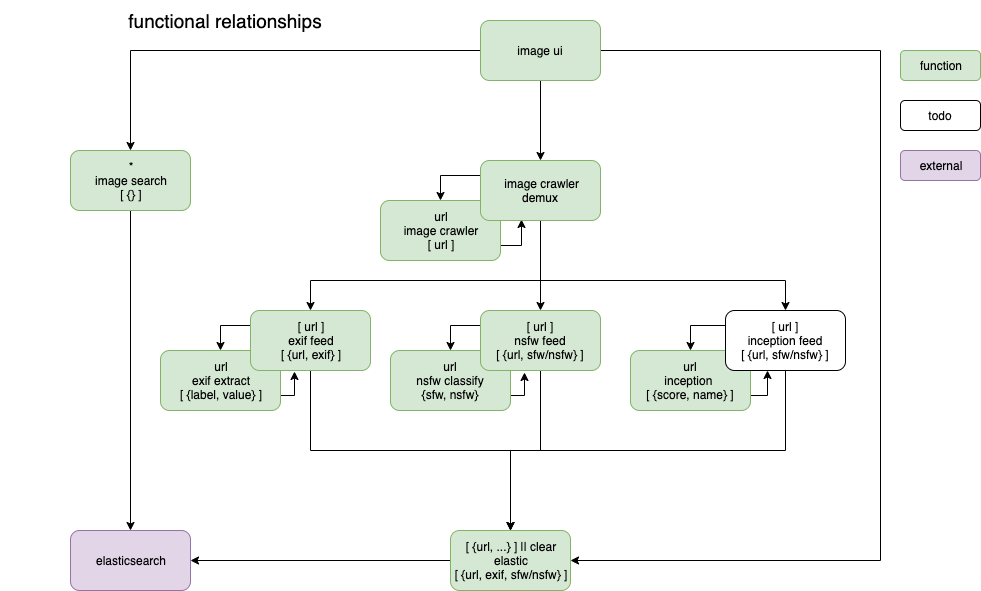
Above: gezellig.png in servernull/gezellig (draw.io), before the change. Source tidied: cells renumbered, new cells last; positions are measured from the earlier drawing's top-left corner, leaving out a move shared by most shapes.
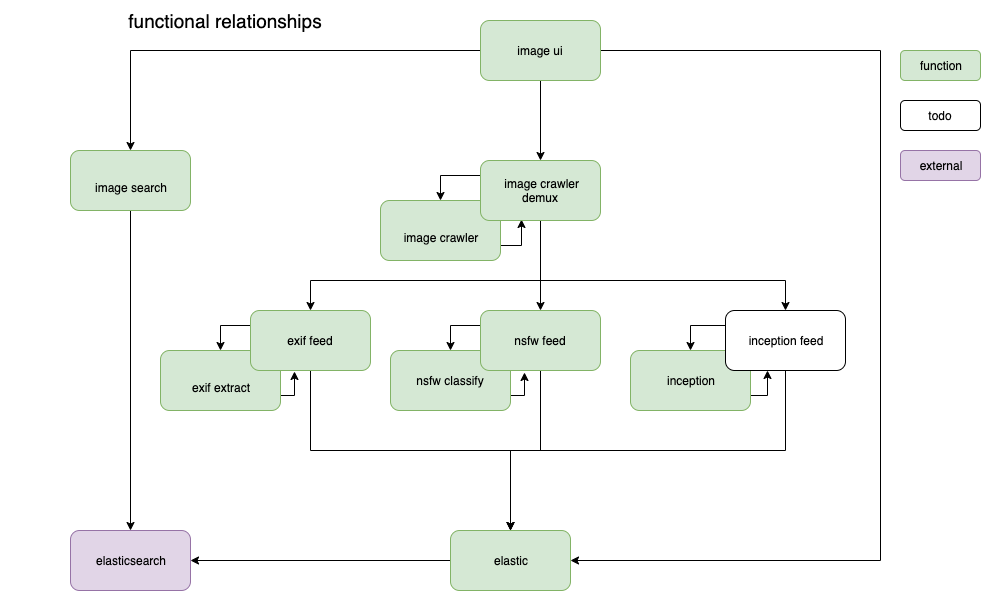
The same diagram one commit later.

What changed in the source:
```diff
@@ -5,13 +5,13 @@
     <mxCell id="2" style="edgeStyle=orthogonalEdgeStyle;rounded=0;jettySize=auto;html=1;exitX=1;exitY=0.75;exitDx=0;exitDy=0;entryX=0.342;entryY=0.983;entryDx=0;entryDy=0;entryPerimeter=0;" parent="1" edge="1" source="3" target="18">
       <mxGeometry relative="1" as="geometry" />
     </mxCell>
-    <mxCell id="3" value="url&lt;br&gt;image crawler&lt;br&gt;[ url ]" style="rounded=1;whiteSpace=wrap;html=1;fillColor=#d5e8d4;strokeColor=#82b366;" parent="1" vertex="1">
+    <mxCell id="3" value="&lt;br&gt;image crawler&lt;br&gt;" style="rounded=1;whiteSpace=wrap;html=1;fillColor=#d5e8d4;strokeColor=#82b366;" parent="1" vertex="1">
       <mxGeometry x="380" y="200" width="120" height="60" as="geometry" />
     </mxCell>
     <mxCell id="4" style="edgeStyle=orthogonalEdgeStyle;rounded=0;jettySize=auto;html=1;entryX=1;entryY=0.5;entryDx=0;entryDy=0;" parent="1" edge="1" source="5" target="7">
       <mxGeometry relative="1" as="geometry" />
     </mxCell>
-    <mxCell id="5" value="[ {url, ...} ] || clear&lt;br&gt;elastic&lt;br&gt;[ {url, exif, sfw/nsfw} ]" style="rounded=1;whiteSpace=wrap;html=1;fillColor=#d5e8d4;strokeColor=#82b366;" parent="1" vertex="1">
+    <mxCell id="5" value="elastic" style="rounded=1;whiteSpace=wrap;html=1;fillColor=#d5e8d4;strokeColor=#82b366;" parent="1" vertex="1">
       <mxGeometry x="450" y="530" width="120" height="60" as="geometry" />
     </mxCell>
     <mxCell id="6" value="&lt;font style=&quot;font-size: 19px&quot;&gt;functional relationships&lt;/font&gt;" style="text;html=1;strokeColor=none;fillColor=none;align=center;verticalAlign=middle;whiteSpace=wrap;rounded=0;" parent="1" vertex="1">
@@ -23,7 +23,7 @@
     <mxCell id="8" style="edgeStyle=orthogonalEdgeStyle;rounded=0;jettySize=auto;html=1;entryX=0.5;entryY=0;entryDx=0;entryDy=0;" parent="1" edge="1" source="9" target="7">
       <mxGeometry relative="1" as="geometry" />
     </mxCell>
-    <mxCell id="9" value="*&lt;br&gt;image search&lt;br&gt;[ {} ]" style="rounded=1;whiteSpace=wrap;html=1;fillColor=#d5e8d4;strokeColor=#82b366;" parent="1" vertex="1">
+    <mxCell id="9" value="&lt;br&gt;image search&lt;br&gt;" style="rounded=1;whiteSpace=wrap;html=1;fillColor=#d5e8d4;strokeColor=#82b366;" parent="1" vertex="1">
       <mxGeometry x="70" y="150" width="120" height="60" as="geometry" />
     </mxCell>
     <mxCell id="10" style="edgeStyle=orthogonalEdgeStyle;rounded=0;jettySize=auto;html=1;entryX=0.5;entryY=0;entryDx=0;entryDy=0;" parent="1" edge="1" source="13" target="9">
@@ -106,34 +106,34 @@
     <mxCell id="27" style="edgeStyle=orthogonalEdgeStyle;rounded=0;jettySize=auto;html=1;exitX=1;exitY=0.75;exitDx=0;exitDy=0;entryX=0.367;entryY=1.017;entryDx=0;entryDy=0;entryPerimeter=0;" parent="1" edge="1" source="28" target="30">
       <mxGeometry relative="1" as="geometry" />
     </mxCell>
-    <mxCell id="28" value="url&lt;br&gt;exif extract&lt;br&gt;[ {label, value} ]" style="rounded=1;whiteSpace=wrap;html=1;fillColor=#d5e8d4;strokeColor=#82b366;" parent="1" vertex="1">
+    <mxCell id="28" value="&lt;br&gt;exif extract&lt;br&gt;" style="rounded=1;whiteSpace=wrap;html=1;fillColor=#d5e8d4;strokeColor=#82b366;" parent="1" vertex="1">
       <mxGeometry x="160" y="350" width="120" height="60" as="geometry" />
     </mxCell>
     <mxCell id="29" style="edgeStyle=orthogonalEdgeStyle;rounded=0;jettySize=auto;html=1;exitX=0;exitY=0.25;exitDx=0;exitDy=0;entryX=0.5;entryY=0;entryDx=0;entryDy=0;" parent="1" edge="1" source="30" target="28">
       <mxGeometry relative="1" as="geometry" />
     </mxCell>
-    <mxCell id="30" value="[ url ]&lt;br&gt;exif feed&lt;br&gt;[ {url, exif} ]" style="rounded=1;whiteSpace=wrap;html=1;fillColor=#d5e8d4;strokeColor=#82b366;" parent="1" vertex="1">
+    <mxCell id="30" value="exif feed" style="rounded=1;whiteSpace=wrap;html=1;fillColor=#d5e8d4;strokeColor=#82b366;" parent="1" vertex="1">
       <mxGeometry x="250" y="310" width="120" height="60" as="geometry" />
     </mxCell>
     <mxCell id="31" style="edgeStyle=orthogonalEdgeStyle;rounded=0;jettySize=auto;html=1;exitX=1;exitY=0.75;exitDx=0;exitDy=0;entryX=0.367;entryY=1.033;entryDx=0;entryDy=0;entryPerimeter=0;" parent="1" edge="1" source="32" target="37">
       <mxGeometry relative="1" as="geometry" />
     </mxCell>
-    <mxCell id="32" value="url&lt;br&gt;nsfw classify&lt;br&gt;{sfw, nsfw}" style="rounded=1;whiteSpace=wrap;html=1;fillColor=#d5e8d4;strokeColor=#82b366;" parent="1" vertex="1">
+    <mxCell id="32" value="nsfw classify" style="rounded=1;whiteSpace=wrap;html=1;fillColor=#d5e8d4;strokeColor=#82b366;" parent="1" vertex="1">
       <mxGeometry x="390" y="350" width="120" height="60" as="geometry" />
     </mxCell>
     <mxCell id="33" style="edgeStyle=orthogonalEdgeStyle;rounded=0;jettySize=auto;html=1;exitX=1;exitY=0.75;exitDx=0;exitDy=0;entryX=0.35;entryY=1;entryDx=0;entryDy=0;entryPerimeter=0;" parent="1" edge="1" source="34" target="36">
       <mxGeometry relative="1" as="geometry" />
     </mxCell>
-    <mxCell id="34" value="url&lt;br&gt;inception &lt;br&gt;[ {score, name} ]" style="rounded=1;whiteSpace=wrap;html=1;fillColor=#d5e8d4;strokeColor=#82b366;" parent="1" vertex="1">
+    <mxCell id="34" value="inception &lt;br&gt;" style="rounded=1;whiteSpace=wrap;html=1;fillColor=#d5e8d4;strokeColor=#82b366;" parent="1" vertex="1">
       <mxGeometry x="630" y="350" width="120" height="60" as="geometry" />
     </mxCell>
     <mxCell id="35" style="edgeStyle=orthogonalEdgeStyle;rounded=0;jettySize=auto;html=1;exitX=0;exitY=0.25;exitDx=0;exitDy=0;entryX=0.5;entryY=0;entryDx=0;entryDy=0;" parent="1" edge="1" source="36" target="34">
       <mxGeometry relative="1" as="geometry" />
     </mxCell>
-    <mxCell id="36" value="[ url ]&lt;br&gt;inception feed&lt;br&gt;[ {url, sfw/nsfw} ]" style="rounded=1;whiteSpace=wrap;html=1;" parent="1" vertex="1">
+    <mxCell id="36" value="inception feed" style="rounded=1;whiteSpace=wrap;html=1;" parent="1" vertex="1">
       <mxGeometry x="725" y="310" width="120" height="60" as="geometry" />
     </mxCell>
-    <mxCell id="37" value="[ url ]&lt;br&gt;nsfw feed&lt;br&gt;[ {url, sfw/nsfw} ]" style="rounded=1;whiteSpace=wrap;html=1;fillColor=#d5e8d4;strokeColor=#82b366;" parent="1" vertex="1">
+    <mxCell id="37" value="nsfw feed" style="rounded=1;whiteSpace=wrap;html=1;fillColor=#d5e8d4;strokeColor=#82b366;" parent="1" vertex="1">
       <mxGeometry x="480" y="310" width="120" height="60" as="geometry" />
     </mxCell>
   </root>
```
